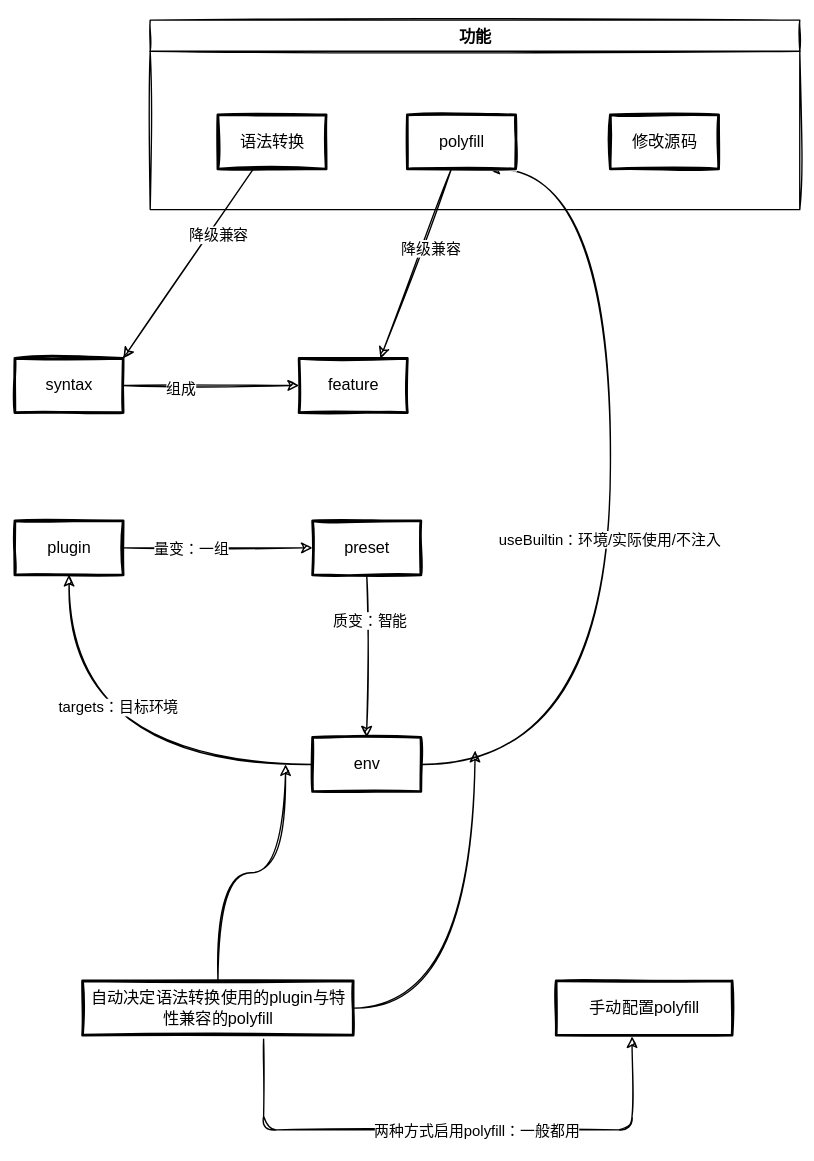
Before: 笔记/前端/工程化/assets/babel基本概念.svg, a diagram exported from draw.io (Echo-Yanglulu/obsidianPrivateNote). Source tidied: cells renumbered, new cells last; positions are measured from the earlier drawing's top-left corner, leaving out a move shared by most shapes.
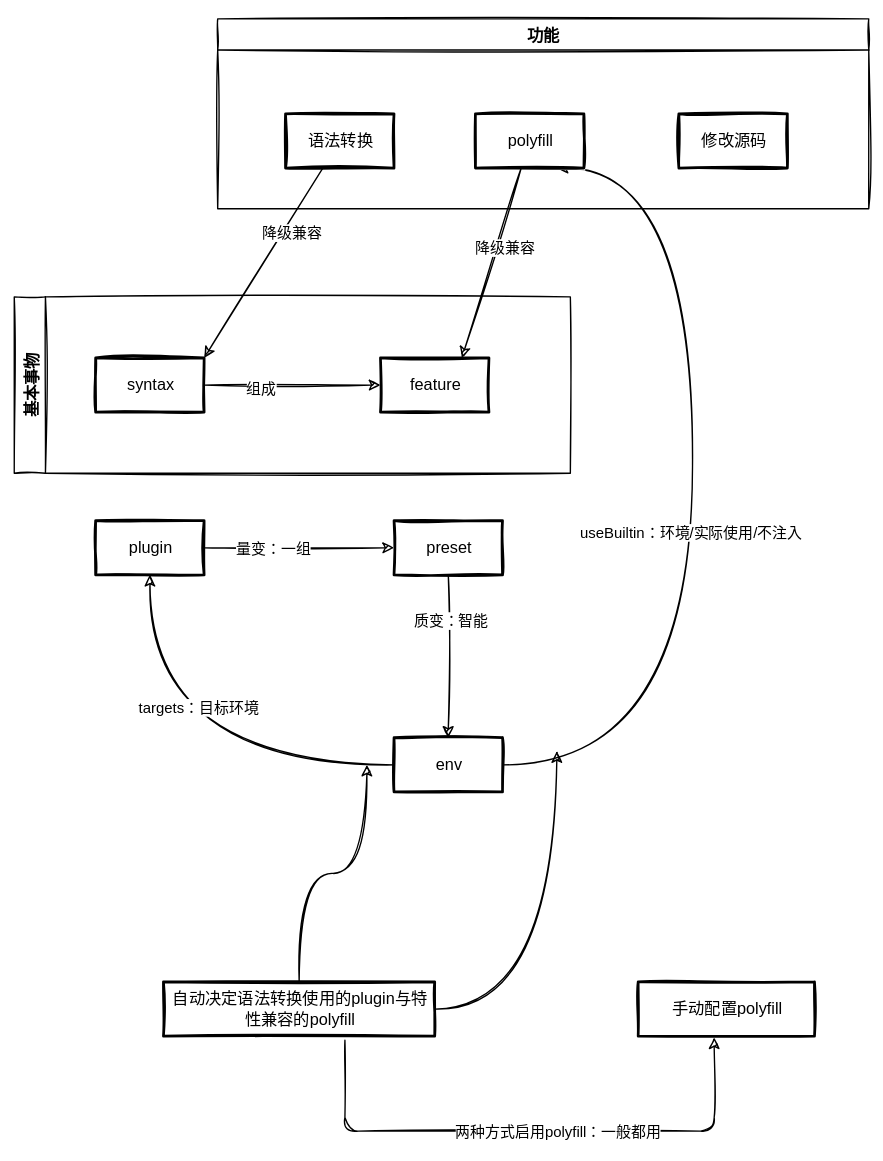
The same diagram one commit later.

What changed in the source:
```diff
@@ -91,7 +91,7 @@
       <mxGeometry x="400" y="710" width="130" height="40" as="geometry" />
     </mxCell>
     <mxCell id="27" style="group;" parent="1" vertex="1">
-      <mxGeometry x="100" width="480" height="140" as="geometry" />
+      <mxGeometry x="90" width="480" height="140" as="geometry" />
     </mxCell>
     <mxCell id="28" value="语法转换" style="strokeWidth=2;html=1;shape=mxgraph.flowchart.document2;whiteSpace=wrap;size=0.25;" parent="27" vertex="1">
       <mxGeometry x="50" y="70" width="80" height="40" as="geometry" />
@@ -105,5 +105,8 @@
     <mxCell id="31" value="功能" style="swimlane;" parent="27" vertex="1">
       <mxGeometry width="480" height="140" as="geometry" />
     </mxCell>
+    <mxCell id="32" value="基本事物" style="swimlane;horizontal=0;startSize=23;" parent="1" vertex="1">
+      <mxGeometry x="-60" y="205" width="410" height="130" as="geometry" />
+    </mxCell>
   </root>
 </mxGraphModel>
```
